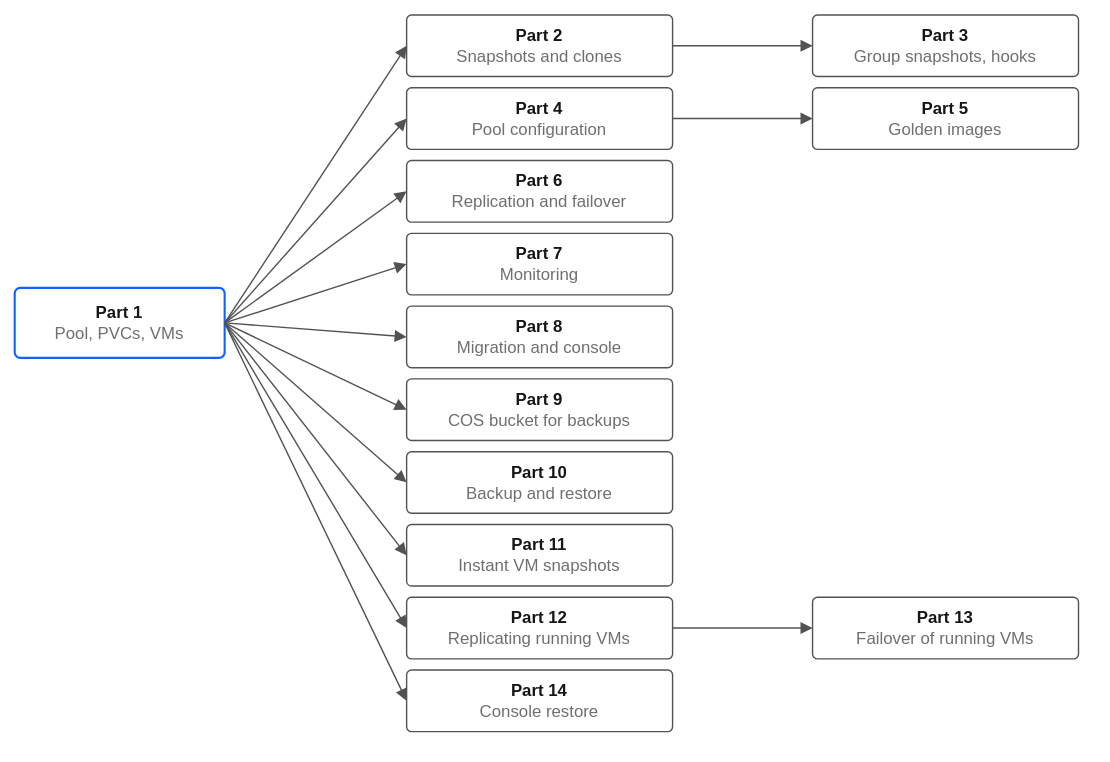
The draw.io diagram docs/images/tutorial-reading-order.drawio.svg in neil1taylor/ibm-vpc-file-pool-csi, before a commit. Source tidied: cells renumbered, new cells last; positions are measured from the earlier drawing's top-left corner, leaving out a move shared by most shapes.
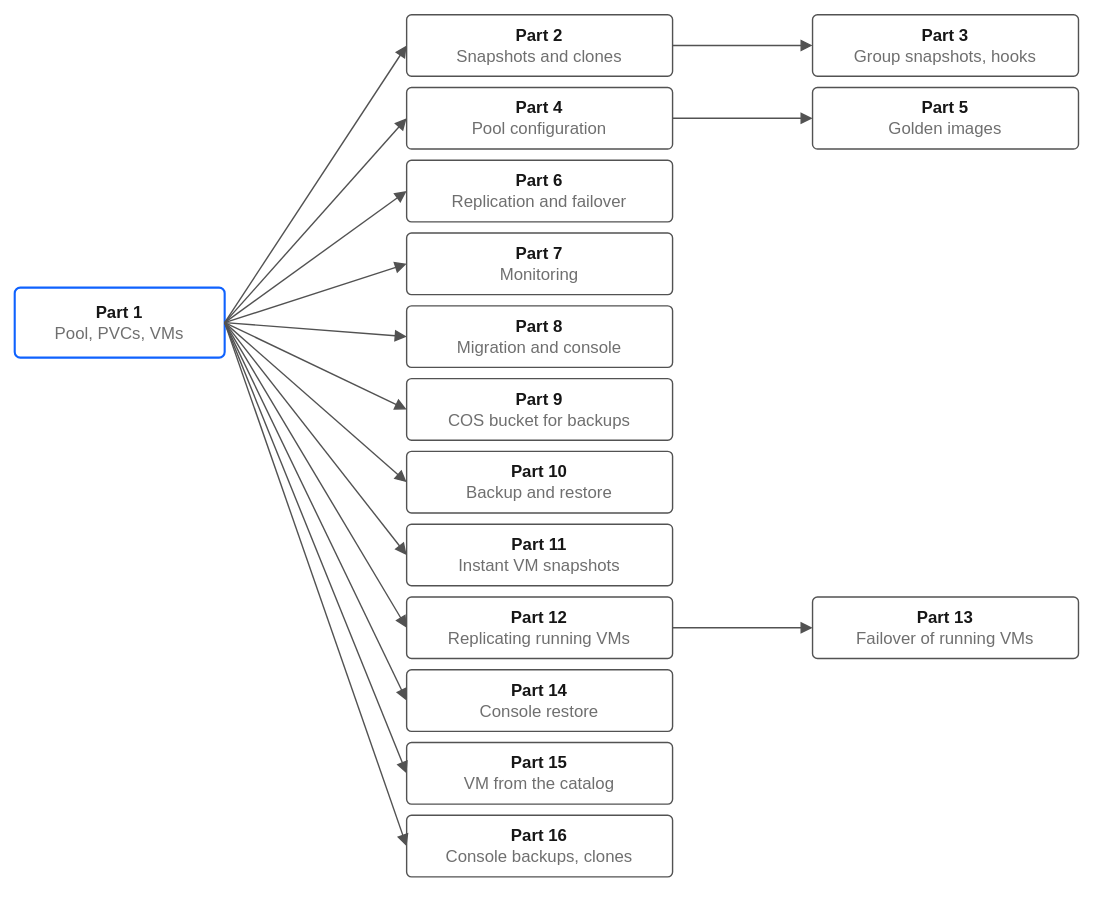
The same file after the commit.

What changed in the source:
```diff
@@ -65,6 +65,18 @@
     <mxCell id="22" style="endArrow=block;endFill=1;html=1;strokeColor=#525252;fontFamily=Helvetica;fontSize=11;fontColor=#525252;labelBackgroundColor=#ffffff;exitX=1;exitY=0.5;entryX=0;entryY=0.5;exitDx=0;exitDy=0;entryDx=0;entryDy=0;" parent="1" edge="1" source="2" target="21">
       <mxGeometry relative="1" as="geometry" />
     </mxCell>
+    <mxCell id="29" value="&lt;b&gt;Part 15&lt;/b&gt;&lt;br&gt;&lt;font color=&quot;#6f6f6f&quot;&gt;VM from the catalog&lt;/font&gt;" style="rounded=1;arcSize=8;whiteSpace=wrap;html=1;fillColor=#ffffff;strokeColor=#525252;fontFamily=Helvetica;fontSize=12;fontColor=#161616;" parent="1" vertex="1">
+      <mxGeometry x="280" y="520" width="190" height="44" as="geometry" />
+    </mxCell>
+    <mxCell id="30" style="endArrow=block;endFill=1;html=1;strokeColor=#525252;fontFamily=Helvetica;fontSize=11;fontColor=#525252;labelBackgroundColor=#ffffff;exitX=1;exitY=0.5;entryX=0;entryY=0.5;exitDx=0;exitDy=0;entryDx=0;entryDy=0;" parent="1" edge="1" source="2" target="29">
+      <mxGeometry relative="1" as="geometry" />
+    </mxCell>
+    <mxCell id="31" value="&lt;b&gt;Part 16&lt;/b&gt;&lt;br&gt;&lt;font color=&quot;#6f6f6f&quot;&gt;Console backups, clones&lt;/font&gt;" style="rounded=1;arcSize=8;whiteSpace=wrap;html=1;fillColor=#ffffff;strokeColor=#525252;fontFamily=Helvetica;fontSize=12;fontColor=#161616;" parent="1" vertex="1">
+      <mxGeometry x="280" y="572" width="190" height="44" as="geometry" />
+    </mxCell>
+    <mxCell id="32" style="endArrow=block;endFill=1;html=1;strokeColor=#525252;fontFamily=Helvetica;fontSize=11;fontColor=#525252;labelBackgroundColor=#ffffff;exitX=1;exitY=0.5;entryX=0;entryY=0.5;exitDx=0;exitDy=0;entryDx=0;entryDy=0;" parent="1" edge="1" source="2" target="31">
+      <mxGeometry relative="1" as="geometry" />
+    </mxCell>
     <mxCell id="23" value="&lt;b&gt;Part 3&lt;/b&gt;&lt;br&gt;&lt;font color=&quot;#6f6f6f&quot;&gt;Group snapshots, hooks&lt;/font&gt;" style="rounded=1;arcSize=8;whiteSpace=wrap;html=1;fillColor=#ffffff;strokeColor=#525252;fontFamily=Helvetica;fontSize=12;fontColor=#161616;" parent="1" vertex="1">
       <mxGeometry x="570" width="190" height="44" as="geometry" />
     </mxCell>
```
